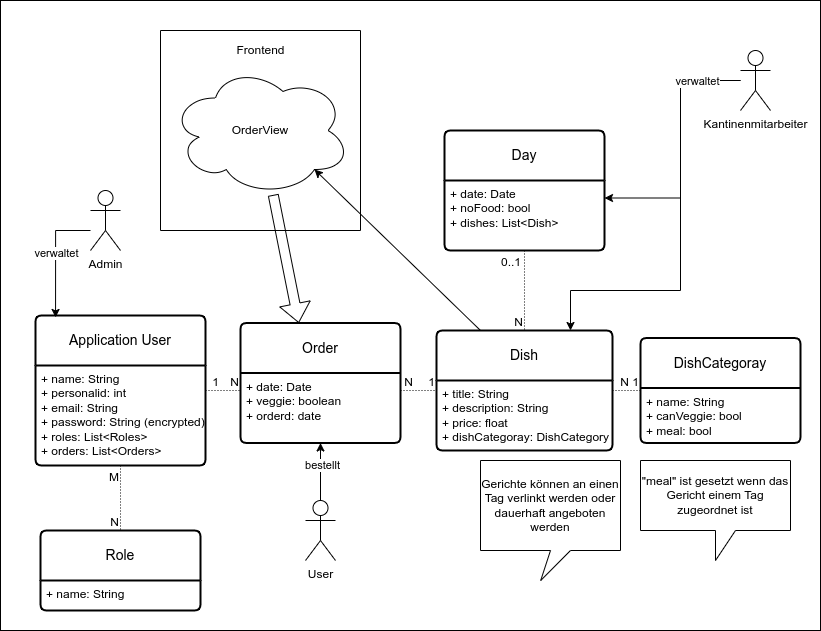
Earlier version of the draw.io export docs/resources/Database.png (Golo300/Kantinerado). Source tidied: cells renumbered, new cells last; positions are measured from the earlier drawing's top-left corner, leaving out a move shared by most shapes.
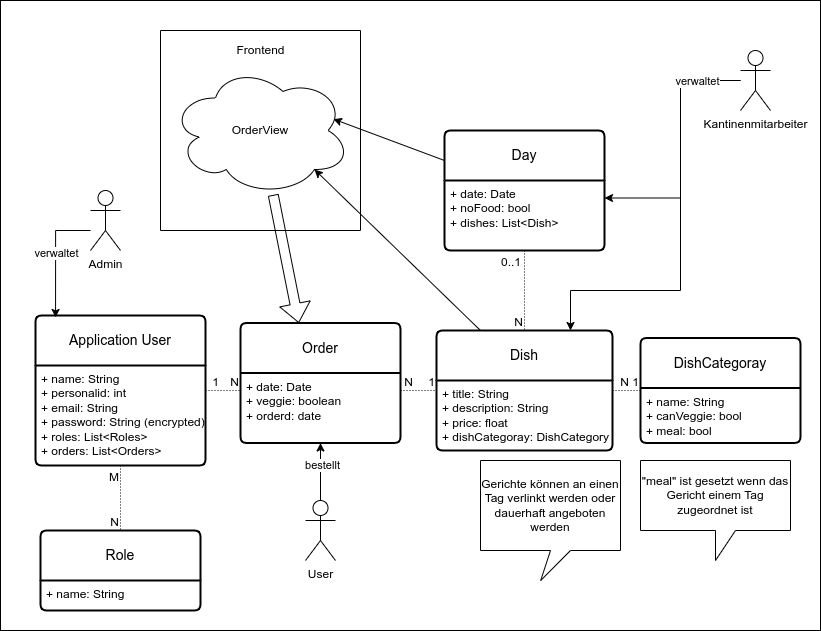
The same file after the commit.

What changed in the source:
```diff
@@ -158,5 +158,8 @@
     <mxCell id="46" value="Kantinenmitarbeiter" style="shape=umlActor;verticalLabelPosition=bottom;verticalAlign=top;html=1;outlineConnect=0;" parent="1" vertex="1">
       <mxGeometry x="740" y="50" width="30" height="60" as="geometry" />
     </mxCell>
+    <mxCell id="47" style="endArrow=classic;html=1;rounded=0;entryX=0.905;entryY=0.412;entryDx=0;entryDy=0;entryPerimeter=0;exitX=0;exitY=0.25;exitDx=0;exitDy=0;" parent="1" edge="1" source="7" target="27">
+      <mxGeometry relative="1" as="geometry" />
+    </mxCell>
   </root>
 </mxGraphModel>
```
